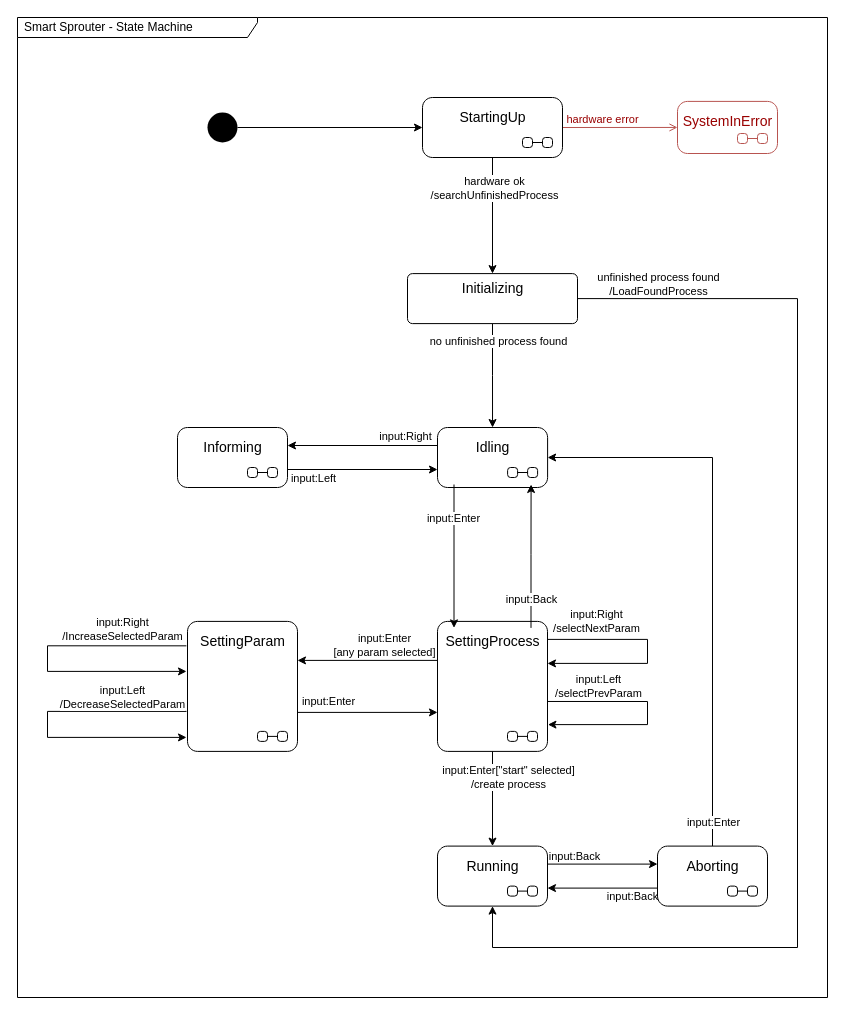
This is page "SmartSprouter" (1 of 8) of Documents/SmartSprouter_SystemFlow.drawio from EhudVardi/SmartSprouter, a draw.io file, before an edit. Source tidied: cells renumbered, new cells numbered last; positions are measured from the earlier drawing's top-left corner, leaving out a move shared by most shapes. Both pictures are drawn from the tidied source at 100%, with x=0, y=0 at pixel (17, 17).
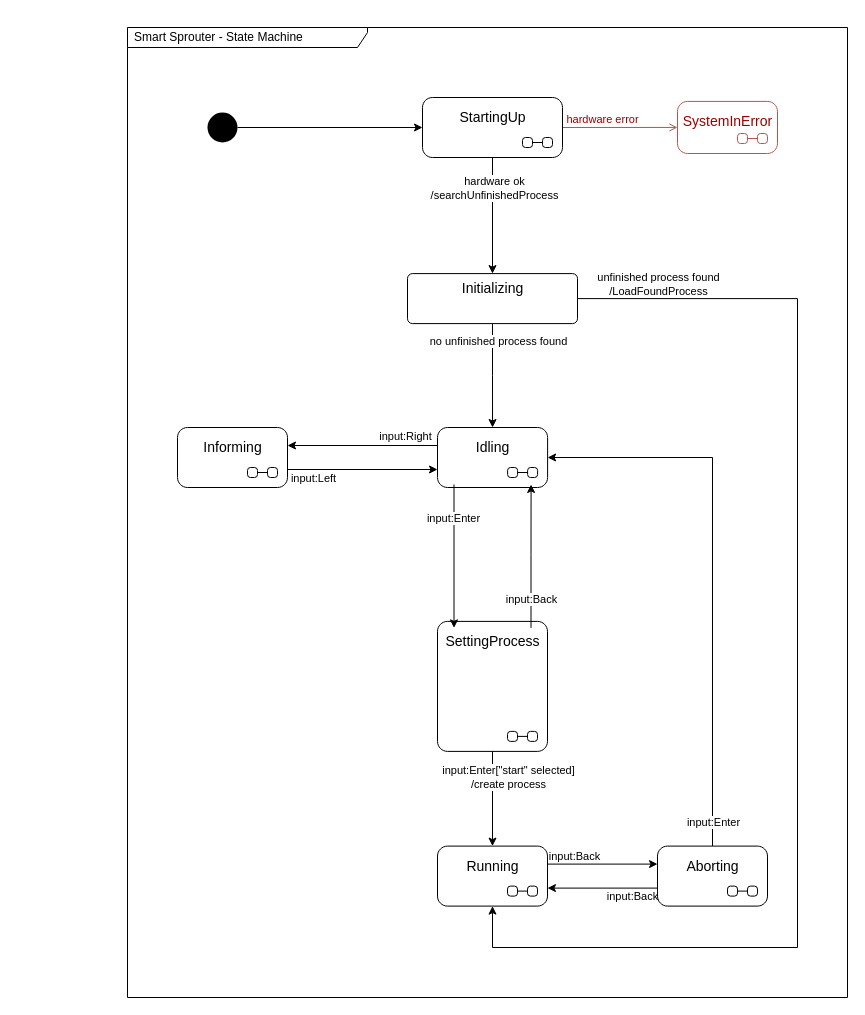
Above is the later version.

Unchanged cells that the change refers to:
```xml
<mxCell id="26" value="&lt;span style=&quot;font-size: 14px;&quot;&gt;SettingProcess&lt;/span&gt;" style="shape=umlState;rounded=1;verticalAlign=top;spacingTop=5;umlStateSymbol=collapseState;absoluteArcSize=1;arcSize=10;dashed=0;fontFamily=Helvetica;fontSize=12;fontColor=default;align=center;strokeColor=default;fillColor=default;html=1;" parent="1" vertex="1">
  <mxGeometry x="420" y="603.9" width="110" height="130" as="geometry" />
</mxCell>
```

Diff of the diagram source:
```diff
@@
     <mxCell id="2" value="Smart Sprouter - State Machine" style="shape=umlFrame;whiteSpace=wrap;html=1;width=240;height=20;boundedLbl=1;verticalAlign=middle;align=left;spacingLeft=5;fontColor=#000000;fillColor=default;" parent="1" vertex="1">
-      <mxGeometry width="810" height="980" as="geometry" />
+      <mxGeometry x="110" y="10" width="720" height="970" as="geometry" />
     </mxCell>
@@
-    <mxCell id="22" style="edgeStyle=orthogonalEdgeStyle;rounded=0;orthogonalLoop=1;jettySize=auto;html=1;exitX=1;exitY=0.616;exitDx=0;exitDy=0;exitPerimeter=0;entryX=1.004;entryY=0.794;entryDx=0;entryDy=0;entryPerimeter=0;" parent="1" edge="1" source="26" target="26">
-      <mxGeometry relative="1" as="geometry">
-        <Array as="points">
-          <mxPoint x="630" y="683.9" />
-          <mxPoint x="630" y="706.9" />
-        </Array>
-      </mxGeometry>
-    </mxCell>
-    <mxCell id="23" value="input:Left &lt;br&gt;/selectPrevParam" style="edgeLabel;html=1;align=center;verticalAlign=middle;" parent="22" vertex="1">
-      <mxGeometry x="-0.36" y="1" relative="1" as="geometry">
-        <mxPoint x="-21" y="-14" as="offset" />
-      </mxGeometry>
-    </mxCell>
-    <mxCell id="24" style="edgeStyle=orthogonalEdgeStyle;rounded=0;jettySize=auto;html=1;exitX=0;exitY=0.3;exitDx=0;exitDy=0;entryX=1;entryY=0.3;entryDx=0;entryDy=0;" parent="1" edge="1" source="26" target="47">
-      <mxGeometry relative="1" as="geometry" />
-    </mxCell>
-    <mxCell id="25" value="input:Enter&lt;br&gt;[any param selected]" style="edgeLabel;html=1;align=center;verticalAlign=middle;" parent="24" vertex="1">
-      <mxGeometry x="0.4" y="-2" relative="1" as="geometry">
-        <mxPoint x="44" y="-13" as="offset" />
-      </mxGeometry>
-    </mxCell>
@@
-    <mxCell id="31" style="edgeStyle=orthogonalEdgeStyle;rounded=0;orthogonalLoop=1;jettySize=auto;html=1;exitX=1;exitY=0.3;exitDx=0;exitDy=0;entryX=1;entryY=0.7;entryDx=0;entryDy=0;" parent="1" edge="1">
-      <mxGeometry relative="1" as="geometry">
-        <mxPoint x="530" y="621.9" as="sourcePoint" />
-        <mxPoint x="530" y="645.9" as="targetPoint" />
-        <Array as="points">
-          <mxPoint x="630" y="621.9" />
-          <mxPoint x="630" y="645.9" />
-        </Array>
-      </mxGeometry>
-    </mxCell>
-    <mxCell id="32" value="input:Right &lt;br&gt;/selectNextParam" style="edgeLabel;html=1;align=center;verticalAlign=middle;" parent="31" vertex="1">
-      <mxGeometry x="-0.61" y="-2" relative="1" as="geometry">
-        <mxPoint x="4" y="-20" as="offset" />
-      </mxGeometry>
-    </mxCell>
@@
-    <mxCell id="43" style="edgeStyle=orthogonalEdgeStyle;rounded=0;jettySize=auto;html=1;exitX=1;exitY=0.7;exitDx=0;exitDy=0;entryX=0;entryY=0.7;entryDx=0;entryDy=0;" parent="1" edge="1" source="47" target="26">
-      <mxGeometry relative="1" as="geometry" />
-    </mxCell>
-    <mxCell id="44" value="input:Enter" style="edgeLabel;html=1;align=center;verticalAlign=middle;" parent="43" vertex="1">
-      <mxGeometry x="-0.7" relative="1" as="geometry">
-        <mxPoint x="9" y="-11" as="offset" />
-      </mxGeometry>
-    </mxCell>
-    <mxCell id="45" style="edgeStyle=orthogonalEdgeStyle;rounded=0;jettySize=auto;html=1;exitX=-0.01;exitY=0.188;exitDx=0;exitDy=0;exitPerimeter=0;" parent="1" edge="1" source="47">
-      <mxGeometry relative="1" as="geometry">
-        <mxPoint x="169" y="653.9" as="targetPoint" />
-        <Array as="points">
-          <mxPoint x="30" y="627.9" />
-          <mxPoint x="30" y="653.9" />
-        </Array>
-      </mxGeometry>
-    </mxCell>
-    <mxCell id="46" value="input:Right&lt;br&gt;/IncreaseSelectedParam" style="edgeLabel;html=1;align=center;verticalAlign=middle;" parent="45" vertex="1">
-      <mxGeometry x="-0.4" relative="1" as="geometry">
-        <mxPoint x="27" y="-17" as="offset" />
-      </mxGeometry>
-    </mxCell>
-    <mxCell id="47" value="&lt;span style=&quot;font-size: 14px;&quot;&gt;SettingParam&lt;/span&gt;" style="shape=umlState;rounded=1;verticalAlign=top;spacingTop=5;umlStateSymbol=collapseState;absoluteArcSize=1;arcSize=10;dashed=0;fontFamily=Helvetica;fontSize=12;fontColor=default;align=center;strokeColor=default;fillColor=default;html=1;" parent="1" vertex="1">
-      <mxGeometry x="170" y="603.9" width="110" height="130" as="geometry" />
-    </mxCell>
-    <mxCell id="48" style="edgeStyle=orthogonalEdgeStyle;rounded=0;orthogonalLoop=1;jettySize=auto;html=1;exitX=-0.01;exitY=0.188;exitDx=0;exitDy=0;exitPerimeter=0;" parent="1" edge="1">
-      <mxGeometry relative="1" as="geometry">
-        <mxPoint x="169" y="693.9" as="sourcePoint" />
-        <mxPoint x="169" y="719.9" as="targetPoint" />
-        <Array as="points">
-          <mxPoint x="30" y="693.9" />
-          <mxPoint x="30" y="719.9" />
-        </Array>
-      </mxGeometry>
-    </mxCell>
-    <mxCell id="49" value="input:Left&lt;br&gt;/DecreaseSelectedParam" style="edgeLabel;html=1;align=center;verticalAlign=middle;" parent="48" vertex="1">
-      <mxGeometry x="-0.56" relative="1" as="geometry">
-        <mxPoint x="2" y="-14" as="offset" />
-      </mxGeometry>
-    </mxCell>
```
